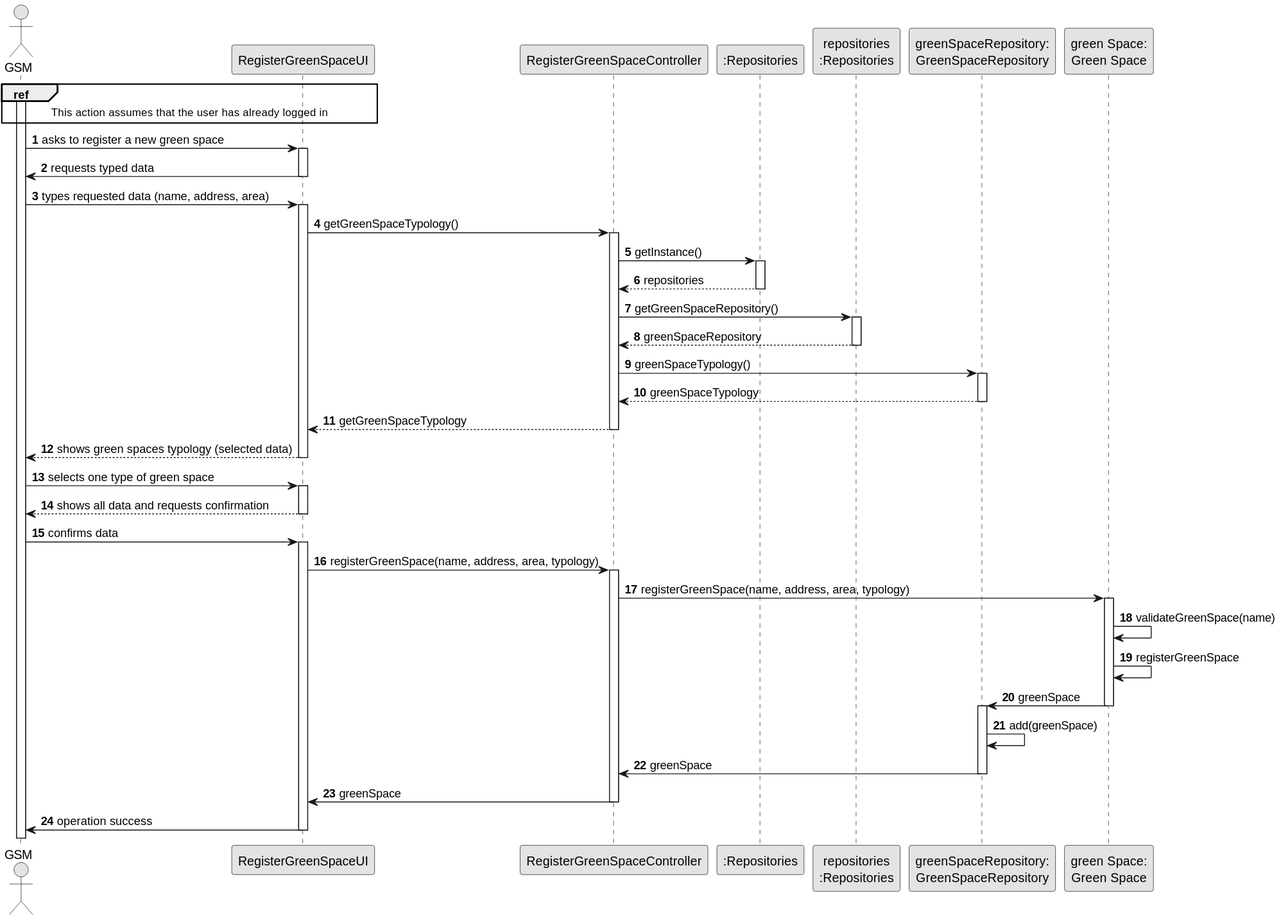
LopemigueISEP/lei-24-s2-1nb-g312 keeps this PlantUML diagram as docs/sprintC/US020/03.design/svg/us20-sequence-diagram-full.svg. Above is the earlier version. The source it was exported from:
```plantuml
@startuml
skinparam monochrome true
skinparam packageStyle rectangle
skinparam shadowing false

autonumber

actor "GSM" as GSM
participant RegisterGreenSpaceUI as UI
participant RegisterGreenSpaceController as CTRL
participant ":Repositories" as RepositorySingleton
participant "repositories\n:Repositories" as PLAT
participant "greenSpaceRepository:\nGreenSpaceRepository" as GreenSpaceRepository
participant "green Space:\nGreen Space" as GREENSPACE
activate GSM

ref over GSM, UI : This action assumes that the user has already logged in

GSM -> UI : asks to register a new green space
activate UI

UI -> GSM : requests typed data
deactivate UI

GSM -> UI : types requested data (name, address, area)
activate UI
UI -> CTRL : getGreenSpaceTypology()
activate CTRL

CTRL -> RepositorySingleton : getInstance()
activate RepositorySingleton

RepositorySingleton --> CTRL: repositories
deactivate RepositorySingleton

CTRL -> PLAT : getGreenSpaceRepository()
activate PLAT

PLAT --> CTRL: greenSpaceRepository
deactivate PLAT

CTRL -> GreenSpaceRepository : greenSpaceTypology()
activate GreenSpaceRepository

GreenSpaceRepository --> CTRL : greenSpaceTypology
deactivate GreenSpaceRepository

CTRL --> UI : getGreenSpaceTypology
deactivate CTRL

UI --> GSM : shows green spaces typology (selected data)
deactivate UI

GSM -> UI : selects one type of green space
activate UI

UI --> GSM : shows all data and requests confirmation
deactivate UI

GSM -> UI : confirms data
activate UI

UI -> CTRL : registerGreenSpace(name, address, area, typology)
activate CTRL

CTRL -> GREENSPACE : registerGreenSpace(name, address, area, typology)
activate GREENSPACE

GREENSPACE -> GREENSPACE : validateGreenSpace(name)
GREENSPACE -> GREENSPACE : registerGreenSpace

GREENSPACE -> GreenSpaceRepository : greenSpace
deactivate GREENSPACE
activate GreenSpaceRepository
GreenSpaceRepository -> GreenSpaceRepository : add(greenSpace)
GreenSpaceRepository -> CTRL : greenSpace
deactivate GreenSpaceRepository
CTRL -> UI : greenSpace
deactivate CTRL
UI -> GSM : operation success
deactivate UI
@enduml
```
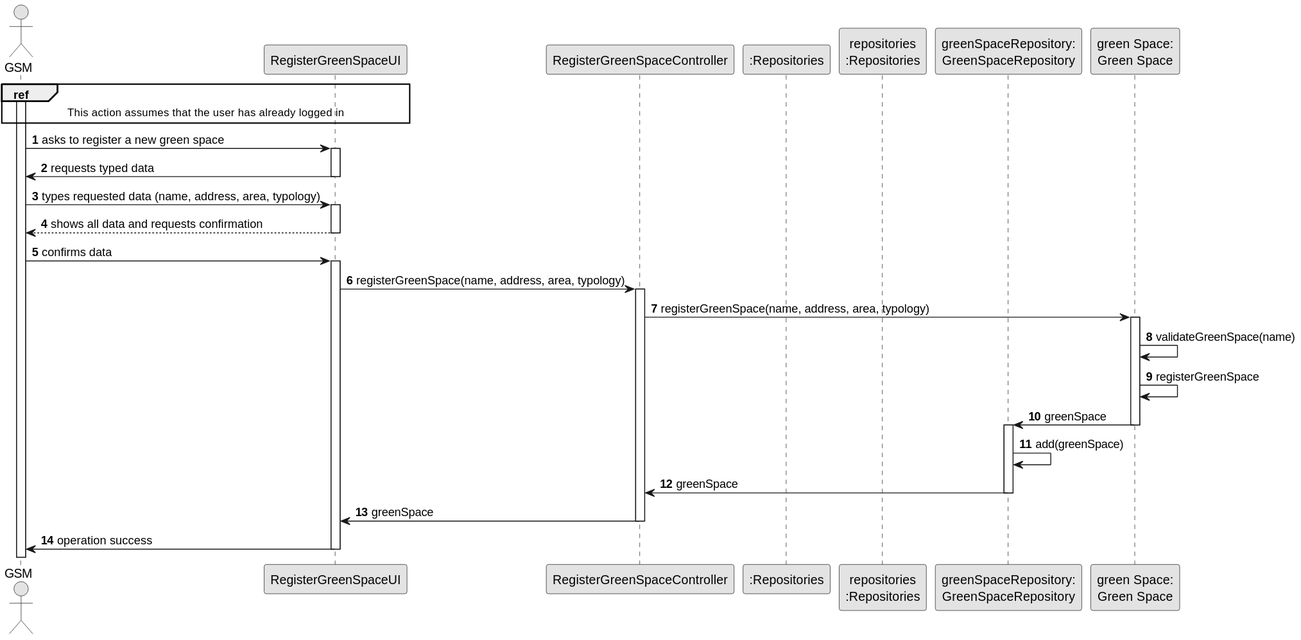
The same diagram one commit later.

Commit message:
#2 requiremens engineering, design update. SSD and SD full diagram update. Rationale update

Diff of the diagram source:
```diff
@@ -22,36 +22,7 @@
 UI -> GSM : requests typed data
 deactivate UI
 
-GSM -> UI : types requested data (name, address, area)
-activate UI
-UI -> CTRL : getGreenSpaceTypology()
-activate CTRL
-
-CTRL -> RepositorySingleton : getInstance()
-activate RepositorySingleton
-
-RepositorySingleton --> CTRL: repositories
-deactivate RepositorySingleton
-
-CTRL -> PLAT : getGreenSpaceRepository()
-activate PLAT
-
-PLAT --> CTRL: greenSpaceRepository
-deactivate PLAT
-
-CTRL -> GreenSpaceRepository : greenSpaceTypology()
-activate GreenSpaceRepository
-
-GreenSpaceRepository --> CTRL : greenSpaceTypology
-deactivate GreenSpaceRepository
-
-CTRL --> UI : getGreenSpaceTypology
-deactivate CTRL
-
-UI --> GSM : shows green spaces typology (selected data)
-deactivate UI
-
-GSM -> UI : selects one type of green space
+GSM -> UI : types requested data (name, address, area, typology)
 activate UI
 
 UI --> GSM : shows all data and requests confirmation
```
